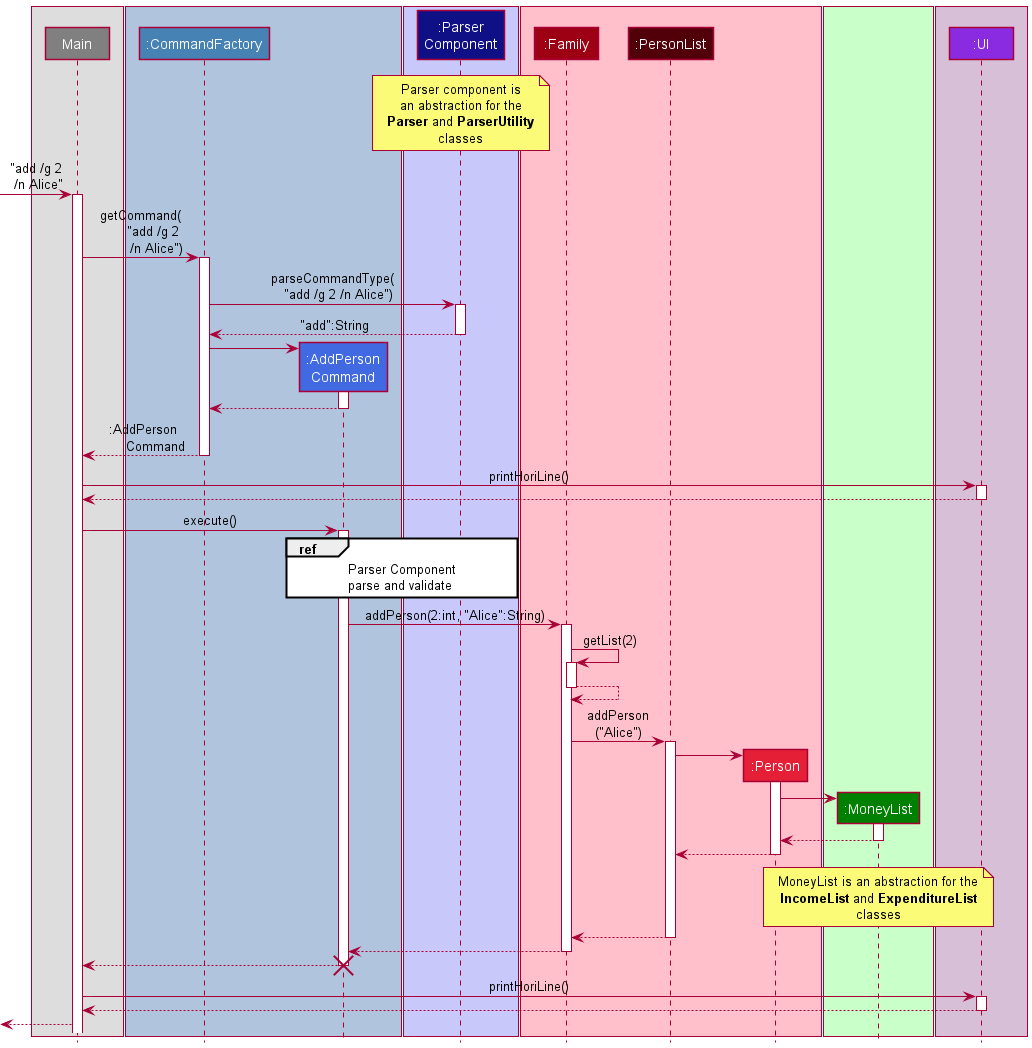
This is docs/images/ArchitectureSequenceDiagram.png from nus-cs2113-AY2122S2/tp, a PlantUML export, as it was before one commit.
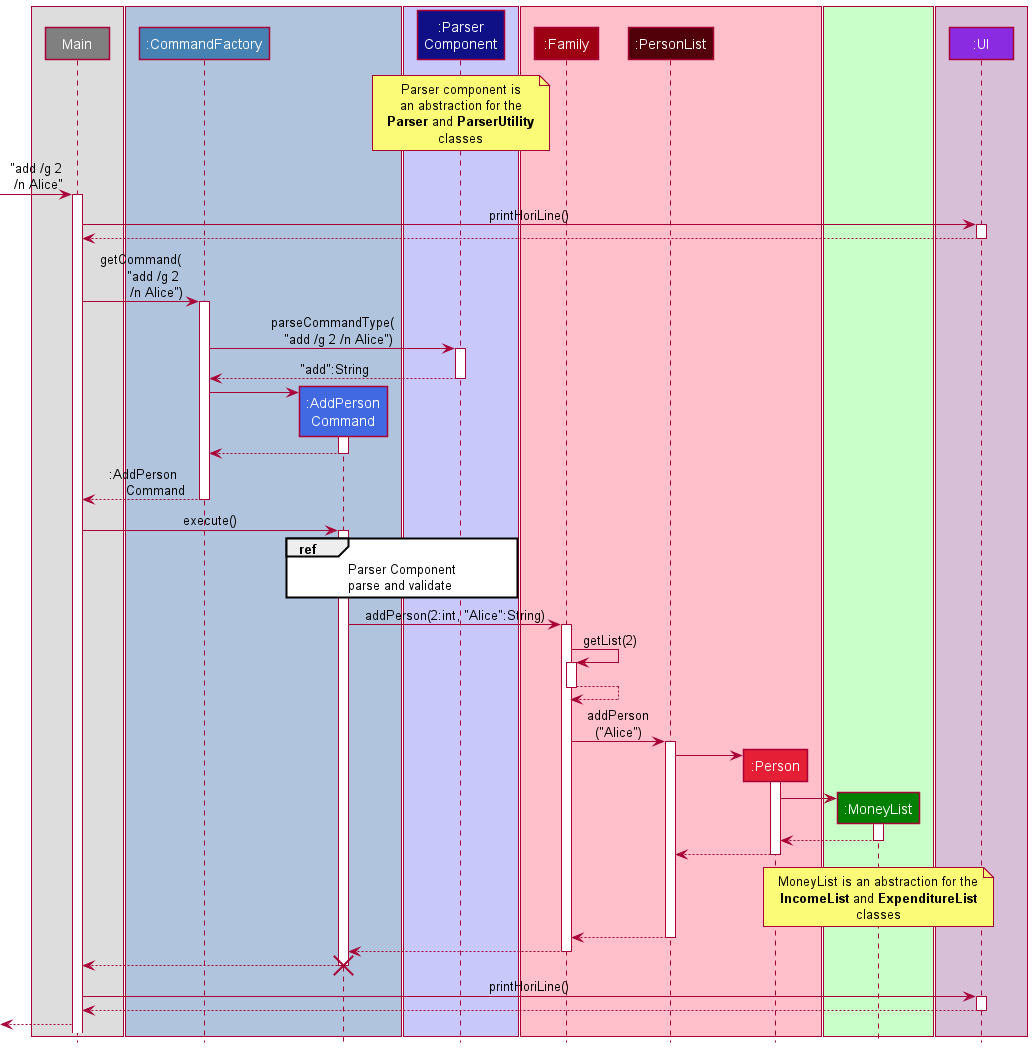
Above is the later version.

Commit message:
Update Architecture sequence diagram with UI fix

The edit, as a diff of the source:
```diff
@@ -27,6 +27,12 @@
 [-> Main : "add /g 2\n /n Alice"
 
 activate Main
+
+Main -> UI : printHoriLine()
+activate UI
+UI --> Main
+deactivate UI
+
 Main -> Commands : getCommand(\n      "add /g 2\n        /n Alice")
 
 activate Commands
@@ -44,11 +50,6 @@
 
 Commands --> Main : :AddPerson\n      Command
 deactivate Commands
-
-Main -> UI : printHoriLine()
-activate UI
-UI --> Main
-deactivate UI
 
 Main -> Commands2 : execute()
 activate Commands2
```
